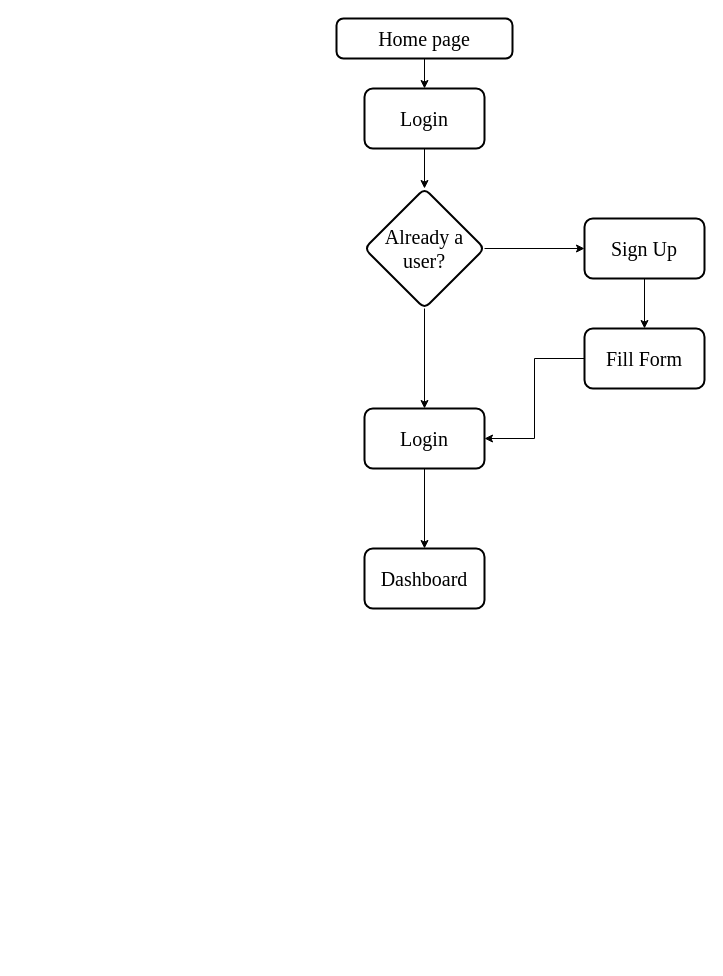
Before: Untitled Diagram.drawio in AshishGaut/flowcharts, a draw.io diagram. Source tidied: cells renumbered, new cells numbered last; positions are measured from the earlier drawing's top-left corner, leaving out a move shared by most shapes. Both pictures are drawn from the tidied source at 100%, with x=0, y=0 at pixel (336, 18).
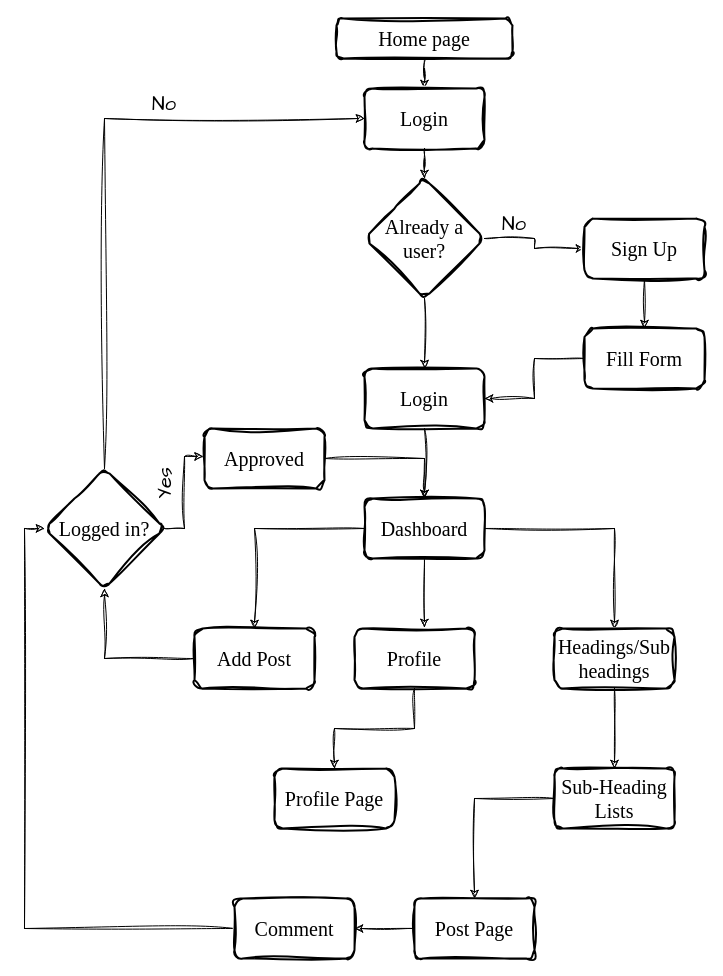
After the change.

Change to the diagram source:
```diff
@@
-    <mxCell id="2" style="edgeStyle=orthogonalEdgeStyle;rounded=0;jettySize=auto;html=1;entryX=0.5;entryY=0;entryDx=0;entryDy=0;" parent="1" edge="1" source="3" target="5">
+    <mxCell id="2" style="edgeStyle=orthogonalEdgeStyle;rounded=0;jettySize=auto;html=1;entryX=0.5;entryY=0;entryDx=0;entryDy=0;sketch=1;curveFitting=1;jiggle=2;labelBackgroundColor=none;fontColor=default;" parent="1" edge="1" source="3" target="5">
       <mxGeometry relative="1" as="geometry" />
     </mxCell>
-    <mxCell id="3" value="Home page" style="rounded=1;whiteSpace=wrap;html=1;absoluteArcSize=1;arcSize=14;strokeWidth=2;fontFamily=Garamond;fontStyle=0;verticalAlign=middle;fontSize=20;" parent="1" vertex="1">
+    <mxCell id="3" value="Home page" style="rounded=1;whiteSpace=wrap;html=1;absoluteArcSize=1;arcSize=14;strokeWidth=2;fontFamily=Garamond;fontStyle=0;verticalAlign=middle;fontSize=20;sketch=1;curveFitting=1;jiggle=2;labelBackgroundColor=none;" parent="1" vertex="1">
       <mxGeometry width="176" height="40" as="geometry" />
     </mxCell>
-    <mxCell id="4" style="edgeStyle=orthogonalEdgeStyle;rounded=0;jettySize=auto;html=1;" parent="1" edge="1" source="5" target="8">
+    <mxCell id="4" style="edgeStyle=orthogonalEdgeStyle;rounded=0;jettySize=auto;html=1;sketch=1;curveFitting=1;jiggle=2;labelBackgroundColor=none;fontColor=default;" parent="1" edge="1" source="5" target="8">
       <mxGeometry relative="1" as="geometry" />
     </mxCell>
-    <mxCell id="5" value="Login" style="whiteSpace=wrap;html=1;fontSize=20;fontFamily=Garamond;rounded=1;arcSize=14;strokeWidth=2;fontStyle=0;" parent="1" vertex="1">
+    <mxCell id="5" value="Login" style="whiteSpace=wrap;html=1;fontSize=20;fontFamily=Garamond;rounded=1;arcSize=14;strokeWidth=2;fontStyle=0;sketch=1;curveFitting=1;jiggle=2;labelBackgroundColor=none;" parent="1" vertex="1">
       <mxGeometry x="28" y="70" width="120" height="60" as="geometry" />
     </mxCell>
-    <mxCell id="6" style="edgeStyle=orthogonalEdgeStyle;rounded=0;jettySize=auto;html=1;" parent="1" edge="1" source="8" target="10">
+    <mxCell id="6" style="edgeStyle=orthogonalEdgeStyle;rounded=0;jettySize=auto;html=1;sketch=1;curveFitting=1;jiggle=2;labelBackgroundColor=none;fontColor=default;" parent="1" edge="1" source="8" target="10">
       <mxGeometry relative="1" as="geometry" />
     </mxCell>
-    <mxCell id="7" style="edgeStyle=orthogonalEdgeStyle;rounded=0;jettySize=auto;html=1;" parent="1" edge="1" source="8" target="12">
+    <mxCell id="7" style="edgeStyle=orthogonalEdgeStyle;rounded=0;jettySize=auto;html=1;sketch=1;curveFitting=1;jiggle=2;labelBackgroundColor=none;fontColor=default;" parent="1" edge="1" source="8" target="12">
       <mxGeometry relative="1" as="geometry" />
     </mxCell>
-    <mxCell id="8" value="Already a user?" style="rhombus;whiteSpace=wrap;html=1;fontSize=20;fontFamily=Garamond;rounded=1;arcSize=14;strokeWidth=2;fontStyle=0;" parent="1" vertex="1">
-      <mxGeometry x="28" y="170" width="120" height="120" as="geometry" />
+    <mxCell id="8" value="Already a user?" style="rhombus;whiteSpace=wrap;html=1;fontSize=20;fontFamily=Garamond;rounded=1;arcSize=14;strokeWidth=2;fontStyle=0;sketch=1;curveFitting=1;jiggle=2;labelBackgroundColor=none;" parent="1" vertex="1">
+      <mxGeometry x="28" y="160" width="120" height="120" as="geometry" />
     </mxCell>
-    <mxCell id="9" style="edgeStyle=orthogonalEdgeStyle;rounded=0;jettySize=auto;html=1;" parent="1" edge="1" source="10" target="15">
+    <mxCell id="9" style="edgeStyle=orthogonalEdgeStyle;rounded=0;jettySize=auto;html=1;sketch=1;curveFitting=1;jiggle=2;labelBackgroundColor=none;fontColor=default;" parent="1" edge="1" source="10" target="15">
       <mxGeometry relative="1" as="geometry" />
     </mxCell>
-    <mxCell id="10" value="Login" style="whiteSpace=wrap;html=1;fontSize=20;fontFamily=Garamond;rounded=1;arcSize=14;strokeWidth=2;fontStyle=0;" parent="1" vertex="1">
-      <mxGeometry x="28" y="390" width="120" height="60" as="geometry" />
+    <mxCell id="10" value="Login" style="whiteSpace=wrap;html=1;fontSize=20;fontFamily=Garamond;rounded=1;arcSize=14;strokeWidth=2;fontStyle=0;sketch=1;curveFitting=1;jiggle=2;labelBackgroundColor=none;" parent="1" vertex="1">
+      <mxGeometry x="28" y="350" width="120" height="60" as="geometry" />
     </mxCell>
-    <mxCell id="11" style="edgeStyle=orthogonalEdgeStyle;rounded=0;jettySize=auto;html=1;" parent="1" edge="1" source="12" target="14">
+    <mxCell id="11" style="edgeStyle=orthogonalEdgeStyle;rounded=0;jettySize=auto;html=1;sketch=1;curveFitting=1;jiggle=2;labelBackgroundColor=none;fontColor=default;" parent="1" edge="1" source="12" target="14">
       <mxGeometry relative="1" as="geometry" />
     </mxCell>
-    <mxCell id="12" value="Sign Up" style="whiteSpace=wrap;html=1;fontSize=20;fontFamily=Garamond;rounded=1;arcSize=14;strokeWidth=2;fontStyle=0;" parent="1" vertex="1">
+    <mxCell id="12" value="Sign Up" style="whiteSpace=wrap;html=1;fontSize=20;fontFamily=Garamond;rounded=1;arcSize=14;strokeWidth=2;fontStyle=0;sketch=1;curveFitting=1;jiggle=2;labelBackgroundColor=none;" parent="1" vertex="1">
       <mxGeometry x="248" y="200" width="120" height="60" as="geometry" />
     </mxCell>
-    <mxCell id="13" style="edgeStyle=orthogonalEdgeStyle;rounded=0;jettySize=auto;html=1;entryX=1;entryY=0.5;entryDx=0;entryDy=0;" parent="1" edge="1" source="14" target="10">
+    <mxCell id="13" style="edgeStyle=orthogonalEdgeStyle;rounded=0;jettySize=auto;html=1;entryX=1;entryY=0.5;entryDx=0;entryDy=0;sketch=1;curveFitting=1;jiggle=2;labelBackgroundColor=none;fontColor=default;" parent="1" edge="1" source="14" target="10">
       <mxGeometry relative="1" as="geometry" />
     </mxCell>
-    <mxCell id="14" value="Fill Form" style="whiteSpace=wrap;html=1;fontSize=20;fontFamily=Garamond;rounded=1;arcSize=14;strokeWidth=2;fontStyle=0;" parent="1" vertex="1">
+    <mxCell id="14" value="Fill Form" style="whiteSpace=wrap;html=1;fontSize=20;fontFamily=Garamond;rounded=1;arcSize=14;strokeWidth=2;fontStyle=0;sketch=1;curveFitting=1;jiggle=2;labelBackgroundColor=none;" parent="1" vertex="1">
       <mxGeometry x="248" y="310" width="120" height="60" as="geometry" />
     </mxCell>
+    <mxCell id="16" style="edgeStyle=orthogonalEdgeStyle;rounded=0;sketch=1;hachureGap=4;jiggle=2;curveFitting=1;jettySize=auto;html=1;entryX=0.5;entryY=0;entryDx=0;entryDy=0;fontFamily=Architects Daughter;fontSize=16;fontColor=default;labelBackgroundColor=none;" parent="1" edge="1" source="15" target="22">
+      <mxGeometry relative="1" as="geometry" />
+    </mxCell>
+    <mxCell id="17" style="edgeStyle=orthogonalEdgeStyle;rounded=0;sketch=1;hachureGap=4;jiggle=2;curveFitting=1;jettySize=auto;html=1;entryX=0.5;entryY=0;entryDx=0;entryDy=0;fontFamily=Architects Daughter;fontSize=16;fontColor=default;labelBackgroundColor=none;" parent="1" edge="1" source="15" target="20">
+      <mxGeometry relative="1" as="geometry" />
+    </mxCell>
+    <mxCell id="18" style="edgeStyle=orthogonalEdgeStyle;rounded=0;sketch=1;hachureGap=4;jiggle=2;curveFitting=1;jettySize=auto;html=1;entryX=0.583;entryY=-0.017;entryDx=0;entryDy=0;entryPerimeter=0;fontFamily=Architects Daughter;fontSize=16;fontColor=default;labelBackgroundColor=none;" parent="1" edge="1" source="15" target="24">
+      <mxGeometry relative="1" as="geometry" />
+    </mxCell>
-    <mxCell id="15" value="Dashboard" style="whiteSpace=wrap;html=1;fontSize=20;fontFamily=Garamond;rounded=1;arcSize=14;strokeWidth=2;fontStyle=0;" parent="1" vertex="1">
-      <mxGeometry x="28" y="530" width="120" height="60" as="geometry" />
+    <mxCell id="15" value="Dashboard" style="whiteSpace=wrap;html=1;fontSize=20;fontFamily=Garamond;rounded=1;arcSize=14;strokeWidth=2;fontStyle=0;sketch=1;curveFitting=1;jiggle=2;labelBackgroundColor=none;" parent="1" vertex="1">
+      <mxGeometry x="28" y="480" width="120" height="60" as="geometry" />
     </mxCell>
+    <mxCell id="19" style="edgeStyle=orthogonalEdgeStyle;rounded=0;sketch=1;hachureGap=4;jiggle=2;curveFitting=1;jettySize=auto;html=1;fontFamily=Architects Daughter;fontSize=16;fontColor=default;entryX=0.5;entryY=1;entryDx=0;entryDy=0;labelBackgroundColor=none;" parent="1" edge="1" source="20" target="27">
+      <mxGeometry relative="1" as="geometry" />
+    </mxCell>
+    <mxCell id="20" value="Add Post&lt;br&gt;" style="whiteSpace=wrap;html=1;fontSize=20;fontFamily=Garamond;rounded=1;arcSize=14;strokeWidth=2;fontStyle=0;sketch=1;curveFitting=1;jiggle=2;labelBackgroundColor=none;" parent="1" vertex="1">
+      <mxGeometry x="-142" y="610" width="120" height="60" as="geometry" />
+    </mxCell>
+    <mxCell id="21" style="edgeStyle=orthogonalEdgeStyle;rounded=0;sketch=1;hachureGap=4;jiggle=2;curveFitting=1;jettySize=auto;html=1;entryX=0.5;entryY=0;entryDx=0;entryDy=0;fontFamily=Architects Daughter;fontSize=16;fontColor=default;labelBackgroundColor=none;" parent="1" edge="1" source="22" target="35">
+      <mxGeometry relative="1" as="geometry" />
+    </mxCell>
+    <mxCell id="22" value="Headings/Sub headings" style="whiteSpace=wrap;html=1;fontSize=20;fontFamily=Garamond;rounded=1;arcSize=14;strokeWidth=2;fontStyle=0;sketch=1;curveFitting=1;jiggle=2;labelBackgroundColor=none;" parent="1" vertex="1">
+      <mxGeometry x="218" y="610" width="120" height="60" as="geometry" />
+    </mxCell>
+    <mxCell id="23" style="edgeStyle=orthogonalEdgeStyle;rounded=0;sketch=1;hachureGap=4;jiggle=2;curveFitting=1;jettySize=auto;html=1;entryX=0.5;entryY=0;entryDx=0;entryDy=0;fontFamily=Architects Daughter;fontSize=16;fontColor=default;labelBackgroundColor=none;" parent="1" edge="1" source="24" target="33">
+      <mxGeometry relative="1" as="geometry" />
+    </mxCell>
+    <mxCell id="24" value="Profile" style="whiteSpace=wrap;html=1;fontSize=20;fontFamily=Garamond;rounded=1;arcSize=14;strokeWidth=2;fontStyle=0;sketch=1;curveFitting=1;jiggle=2;labelBackgroundColor=none;" parent="1" vertex="1">
+      <mxGeometry x="18" y="610" width="120" height="60" as="geometry" />
+    </mxCell>
+    <mxCell id="25" style="edgeStyle=orthogonalEdgeStyle;rounded=0;sketch=1;hachureGap=4;jiggle=2;curveFitting=1;jettySize=auto;html=1;entryX=0;entryY=0.5;entryDx=0;entryDy=0;fontFamily=Architects Daughter;fontSize=16;fontColor=default;exitX=0.5;exitY=0;exitDx=0;exitDy=0;labelBackgroundColor=none;" parent="1" edge="1" source="27" target="5">
+      <mxGeometry relative="1" as="geometry" />
+    </mxCell>
+    <mxCell id="26" style="edgeStyle=orthogonalEdgeStyle;rounded=0;sketch=1;hachureGap=4;jiggle=2;curveFitting=1;jettySize=auto;html=1;entryX=-0.011;entryY=0.467;entryDx=0;entryDy=0;entryPerimeter=0;fontFamily=Architects Daughter;fontSize=16;fontColor=default;labelBackgroundColor=none;" parent="1" edge="1" source="27" target="31">
+      <mxGeometry relative="1" as="geometry" />
+    </mxCell>
+    <mxCell id="27" value="Logged in?" style="rhombus;whiteSpace=wrap;html=1;fontSize=20;fontFamily=Garamond;rounded=1;arcSize=14;strokeWidth=2;fontStyle=0;sketch=1;curveFitting=1;jiggle=2;labelBackgroundColor=none;" parent="1" vertex="1">
+      <mxGeometry x="-292" y="450" width="120" height="120" as="geometry" />
+    </mxCell>
+    <mxCell id="28" value="No" style="text;html=1;align=center;verticalAlign=middle;whiteSpace=wrap;rounded=0;fontSize=20;fontFamily=Architects Daughter;labelBackgroundColor=none;" parent="1" vertex="1">
+      <mxGeometry x="148" y="190" width="60" height="30" as="geometry" />
+    </mxCell>
+    <mxCell id="29" value="No" style="text;html=1;align=center;verticalAlign=middle;whiteSpace=wrap;rounded=0;fontSize=20;fontFamily=Architects Daughter;labelBackgroundColor=none;" parent="1" vertex="1">
+      <mxGeometry x="-202" y="70" width="60" height="30" as="geometry" />
+    </mxCell>
+    <mxCell id="30" style="edgeStyle=orthogonalEdgeStyle;rounded=0;sketch=1;hachureGap=4;jiggle=2;curveFitting=1;jettySize=auto;html=1;fontFamily=Architects Daughter;fontSize=16;fontColor=default;labelBackgroundColor=none;" parent="1" edge="1" source="31" target="15">
+      <mxGeometry relative="1" as="geometry" />
+    </mxCell>
+    <mxCell id="31" value="Approved" style="whiteSpace=wrap;html=1;fontSize=20;fontFamily=Garamond;rounded=1;arcSize=14;strokeWidth=2;fontStyle=0;sketch=1;curveFitting=1;jiggle=2;labelBackgroundColor=none;" parent="1" vertex="1">
+      <mxGeometry x="-132" y="410" width="120" height="60" as="geometry" />
+    </mxCell>
+    <mxCell id="32" value="Yes" style="text;html=1;align=center;verticalAlign=middle;whiteSpace=wrap;rounded=0;fontSize=20;fontFamily=Architects Daughter;rotation=-90;labelBackgroundColor=none;" parent="1" vertex="1">
+      <mxGeometry x="-202" y="450" width="60" height="30" as="geometry" />
+    </mxCell>
+    <mxCell id="33" value="Profile Page" style="whiteSpace=wrap;html=1;fontSize=20;fontFamily=Garamond;rounded=1;arcSize=14;strokeWidth=2;fontStyle=0;sketch=1;curveFitting=1;jiggle=2;labelBackgroundColor=none;" parent="1" vertex="1">
+      <mxGeometry x="-62" y="750" width="120" height="60" as="geometry" />
+    </mxCell>
+    <mxCell id="34" style="edgeStyle=orthogonalEdgeStyle;rounded=0;sketch=1;hachureGap=4;jiggle=2;curveFitting=1;jettySize=auto;html=1;entryX=0.5;entryY=0;entryDx=0;entryDy=0;fontFamily=Architects Daughter;fontSize=16;fontColor=default;labelBackgroundColor=none;" parent="1" edge="1" source="35" target="37">
+      <mxGeometry relative="1" as="geometry" />
+    </mxCell>
+    <mxCell id="35" value="Sub-Heading Lists" style="whiteSpace=wrap;html=1;fontSize=20;fontFamily=Garamond;rounded=1;arcSize=14;strokeWidth=2;fontStyle=0;sketch=1;curveFitting=1;jiggle=2;labelBackgroundColor=none;" parent="1" vertex="1">
+      <mxGeometry x="218" y="750" width="120" height="60" as="geometry" />
+    </mxCell>
+    <mxCell id="36" style="edgeStyle=orthogonalEdgeStyle;rounded=0;sketch=1;hachureGap=4;jiggle=2;curveFitting=1;jettySize=auto;html=1;entryX=1;entryY=0.5;entryDx=0;entryDy=0;fontFamily=Architects Daughter;fontSize=16;fontColor=default;labelBackgroundColor=none;" parent="1" edge="1" source="37" target="39">
+      <mxGeometry relative="1" as="geometry" />
+    </mxCell>
+    <mxCell id="37" value="Post Page" style="whiteSpace=wrap;html=1;fontSize=20;fontFamily=Garamond;rounded=1;arcSize=14;strokeWidth=2;fontStyle=0;sketch=1;curveFitting=1;jiggle=2;labelBackgroundColor=none;" parent="1" vertex="1">
+      <mxGeometry x="78" y="880" width="120" height="60" as="geometry" />
+    </mxCell>
+    <mxCell id="38" style="edgeStyle=orthogonalEdgeStyle;rounded=0;sketch=1;hachureGap=4;jiggle=2;curveFitting=1;jettySize=auto;html=1;entryX=0;entryY=0.5;entryDx=0;entryDy=0;fontFamily=Architects Daughter;fontSize=16;fontColor=default;labelBackgroundColor=none;" parent="1" edge="1" source="39" target="27">
+      <mxGeometry relative="1" as="geometry" />
+    </mxCell>
+    <mxCell id="39" value="Comment" style="whiteSpace=wrap;html=1;fontSize=20;fontFamily=Garamond;rounded=1;arcSize=14;strokeWidth=2;fontStyle=0;sketch=1;curveFitting=1;jiggle=2;labelBackgroundColor=none;" parent="1" vertex="1">
+      <mxGeometry x="-102" y="880" width="120" height="60" as="geometry" />
+    </mxCell>
```
